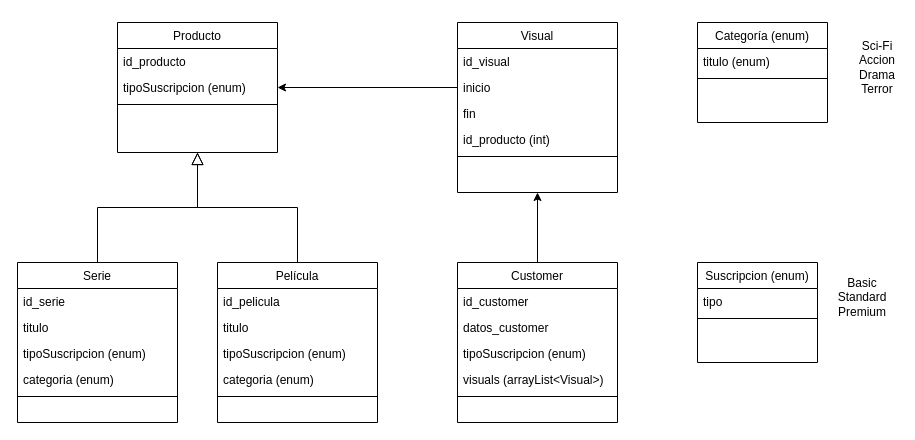
The draw.io diagram 1ev/UML/netflix.drawio in raulmoralesruiz/DWES, before the edit. Source tidied: cells renumbered, new cells numbered last; positions are measured from the earlier drawing's top-left corner, leaving out a move shared by most shapes. Both pictures are drawn from the tidied source at 100%, with x=0, y=0 at pixel (17, 22).
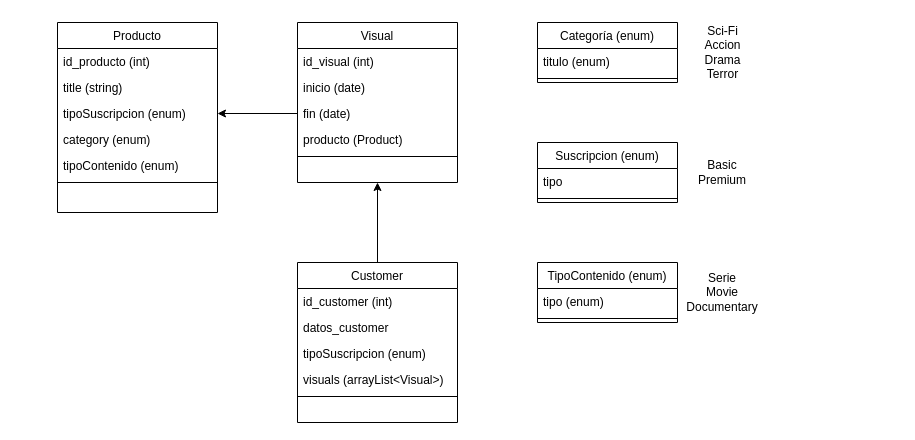
Above is the later version.

The edit, as a diff of the source:
```diff
@@
-    <mxCell id="2" style="endArrow=block;endSize=10;endFill=0;shadow=0;strokeWidth=1;rounded=0;edgeStyle=elbowEdgeStyle;elbow=vertical;" parent="1" edge="1" source="4" target="18">
-      <mxGeometry relative="1" as="geometry" />
-    </mxCell>
-    <mxCell id="3" style="endArrow=block;endSize=10;endFill=0;shadow=0;strokeWidth=1;rounded=0;edgeStyle=elbowEdgeStyle;elbow=vertical;" parent="1" edge="1" source="10" target="18">
-      <mxGeometry relative="1" as="geometry" />
-    </mxCell>
-    <mxCell id="4" value="Serie" style="swimlane;fontStyle=0;align=center;verticalAlign=top;horizontal=1;startSize=26;rounded=0;shadow=0;strokeWidth=1;" parent="1" vertex="1">
-      <mxGeometry y="240" width="160" height="160" as="geometry" />
-    </mxCell>
-    <mxCell id="5" value="id_serie" style="text;align=left;verticalAlign=top;spacingLeft=4;spacingRight=4;overflow=hidden;" parent="4" vertex="1">
-      <mxGeometry y="26" width="160" height="26" as="geometry" />
-    </mxCell>
-    <mxCell id="6" value="titulo" style="text;align=left;verticalAlign=top;spacingLeft=4;spacingRight=4;overflow=hidden;rounded=0;shadow=0;html=0;" parent="4" vertex="1">
-      <mxGeometry y="52" width="160" height="26" as="geometry" />
-    </mxCell>
-    <mxCell id="7" value="tipoSuscripcion (enum)" style="text;align=left;verticalAlign=top;spacingLeft=4;spacingRight=4;overflow=hidden;rounded=0;shadow=0;html=0;" parent="4" vertex="1">
-      <mxGeometry y="78" width="160" height="26" as="geometry" />
-    </mxCell>
-    <mxCell id="8" value="categoria (enum)" style="text;align=left;verticalAlign=top;spacingLeft=4;spacingRight=4;overflow=hidden;rounded=0;shadow=0;html=0;" parent="4" vertex="1">
-      <mxGeometry y="104" width="160" height="26" as="geometry" />
-    </mxCell>
-    <mxCell id="9" style="line;html=1;strokeWidth=1;align=left;verticalAlign=middle;spacingTop=-1;spacingLeft=3;spacingRight=3;labelPosition=right;" parent="4" vertex="1">
-      <mxGeometry y="130" width="160" height="8" as="geometry" />
-    </mxCell>
-    <mxCell id="10" value="Película" style="swimlane;fontStyle=0;align=center;verticalAlign=top;horizontal=1;startSize=26;rounded=0;shadow=0;strokeWidth=1;" parent="1" vertex="1">
-      <mxGeometry x="200" y="240" width="160" height="160" as="geometry" />
-    </mxCell>
-    <mxCell id="11" value="id_pelicula" style="text;align=left;verticalAlign=top;spacingLeft=4;spacingRight=4;overflow=hidden;" parent="10" vertex="1">
-      <mxGeometry y="26" width="160" height="26" as="geometry" />
-    </mxCell>
-    <mxCell id="12" value="titulo" style="text;align=left;verticalAlign=top;spacingLeft=4;spacingRight=4;overflow=hidden;rounded=0;shadow=0;html=0;" parent="10" vertex="1">
-      <mxGeometry y="52" width="160" height="26" as="geometry" />
-    </mxCell>
-    <mxCell id="13" value="tipoSuscripcion (enum)" style="text;align=left;verticalAlign=top;spacingLeft=4;spacingRight=4;overflow=hidden;rounded=0;shadow=0;html=0;" parent="10" vertex="1">
-      <mxGeometry y="78" width="160" height="26" as="geometry" />
-    </mxCell>
-    <mxCell id="14" value="categoria (enum)" style="text;align=left;verticalAlign=top;spacingLeft=4;spacingRight=4;overflow=hidden;rounded=0;shadow=0;html=0;" parent="10" vertex="1">
-      <mxGeometry y="104" width="160" height="26" as="geometry" />
-    </mxCell>
-    <mxCell id="15" style="line;html=1;strokeWidth=1;align=left;verticalAlign=middle;spacingTop=-1;spacingLeft=3;spacingRight=3;labelPosition=right;" parent="10" vertex="1">
-      <mxGeometry y="130" width="160" height="8" as="geometry" />
-    </mxCell>
@@
     <mxCell id="17" value="&lt;div&gt;Sci-Fi&lt;/div&gt;&lt;div&gt;Accion&lt;/div&gt;&lt;div&gt;Drama&lt;/div&gt;&lt;div&gt;Terror&lt;br&gt;&lt;/div&gt;" style="text;html=1;strokeColor=none;fillColor=none;align=center;verticalAlign=middle;whiteSpace=wrap;rounded=0;" parent="1" vertex="1">
-      <mxGeometry x="840" y="10" width="40" height="70" as="geometry" />
+      <mxGeometry x="677.5" y="-5" width="55" height="70" as="geometry" />
     </mxCell>
+    <mxCell id="22" value="&lt;div&gt;Basic&lt;/div&gt;&lt;div&gt;Premium&lt;/div&gt;" style="text;html=1;strokeColor=none;fillColor=none;align=center;verticalAlign=middle;whiteSpace=wrap;rounded=0;" parent="1" vertex="1">
+      <mxGeometry x="670" y="130" width="70" height="40" as="geometry" />
+    </mxCell>
+    <mxCell id="23" style="edgeStyle=orthogonalEdgeStyle;rounded=0;jettySize=auto;html=1;entryX=1;entryY=0.5;entryDx=0;entryDy=0;exitX=0;exitY=0.5;exitDx=0;exitDy=0;" parent="1" edge="1" source="36" target="20">
+      <mxGeometry relative="1" as="geometry" />
+    </mxCell>
     <mxCell id="18" value="Producto" style="swimlane;fontStyle=0;align=center;verticalAlign=top;horizontal=1;startSize=26;rounded=0;shadow=0;strokeWidth=1;" parent="1" vertex="1">
-      <mxGeometry x="100" width="160" height="130" as="geometry" />
+      <mxGeometry x="40" width="160" height="190" as="geometry" />
     </mxCell>
-    <mxCell id="19" value="id_producto" style="text;align=left;verticalAlign=top;spacingLeft=4;spacingRight=4;overflow=hidden;" parent="18" vertex="1">
+    <mxCell id="19" value="id_producto (int)" style="text;align=left;verticalAlign=top;spacingLeft=4;spacingRight=4;overflow=hidden;" parent="18" vertex="1">
       <mxGeometry y="26" width="160" height="26" as="geometry" />
     </mxCell>
+    <mxCell id="42" value="title (string)" style="text;align=left;verticalAlign=top;spacingLeft=4;spacingRight=4;overflow=hidden;" parent="18" vertex="1">
+      <mxGeometry y="52" width="160" height="26" as="geometry" />
+    </mxCell>
     <mxCell id="20" value="tipoSuscripcion (enum)" style="text;align=left;verticalAlign=top;spacingLeft=4;spacingRight=4;overflow=hidden;points=[[0,0.5],[1,0.5]];portConstraint=eastwest;" parent="18" vertex="1">
-      <mxGeometry y="52" width="160" height="26" as="geometry" />
+      <mxGeometry y="78" width="160" height="26" as="geometry" />
     </mxCell>
+    <mxCell id="43" value="category (enum)" style="text;align=left;verticalAlign=top;spacingLeft=4;spacingRight=4;overflow=hidden;" parent="18" vertex="1">
+      <mxGeometry y="104" width="160" height="26" as="geometry" />
+    </mxCell>
+    <mxCell id="44" value="tipoContenido (enum)" style="text;align=left;verticalAlign=top;spacingLeft=4;spacingRight=4;overflow=hidden;" parent="18" vertex="1">
+      <mxGeometry y="130" width="160" height="26" as="geometry" />
+    </mxCell>
     <mxCell id="21" style="line;html=1;strokeWidth=1;align=left;verticalAlign=middle;spacingTop=-1;spacingLeft=3;spacingRight=3;labelPosition=right;" parent="18" vertex="1">
-      <mxGeometry y="78" width="160" height="8" as="geometry" />
+      <mxGeometry y="156" width="160" height="8" as="geometry" />
     </mxCell>
-    <mxCell id="22" value="&lt;div&gt;Basic&lt;/div&gt;&lt;div&gt;Standard&lt;/div&gt;&lt;div&gt;Premium&lt;/div&gt;" style="text;html=1;strokeColor=none;fillColor=none;align=center;verticalAlign=middle;whiteSpace=wrap;rounded=0;" parent="1" vertex="1">
-      <mxGeometry x="810" y="240" width="70" height="70" as="geometry" />
-    </mxCell>
-    <mxCell id="23" style="edgeStyle=orthogonalEdgeStyle;rounded=0;jettySize=auto;html=1;entryX=1;entryY=0.5;entryDx=0;entryDy=0;exitX=0;exitY=0.5;exitDx=0;exitDy=0;" parent="1" edge="1" source="35" target="20">
-      <mxGeometry relative="1" as="geometry" />
-    </mxCell>
-    <mxCell id="24" value="Suscripcion (enum)" style="swimlane;fontStyle=0;align=center;verticalAlign=top;horizontal=1;startSize=26;rounded=0;shadow=0;strokeWidth=1;" parent="1" vertex="1">
-      <mxGeometry x="680" y="240" width="120" height="100" as="geometry" />
-    </mxCell>
-    <mxCell id="25" value="tipo" style="text;align=left;verticalAlign=top;spacingLeft=4;spacingRight=4;overflow=hidden;" parent="24" vertex="1">
-      <mxGeometry y="26" width="120" height="26" as="geometry" />
-    </mxCell>
-    <mxCell id="26" style="line;html=1;strokeWidth=1;align=left;verticalAlign=middle;spacingTop=-1;spacingLeft=3;spacingRight=3;labelPosition=right;" parent="24" vertex="1">
-      <mxGeometry y="52" width="120" height="8" as="geometry" />
-    </mxCell>
+    <mxCell id="33" value="Visual" style="swimlane;fontStyle=0;align=center;verticalAlign=top;horizontal=1;startSize=26;rounded=0;shadow=0;strokeWidth=1;" parent="1" vertex="1">
+      <mxGeometry x="280" width="160" height="160" as="geometry" />
+    </mxCell>
+    <mxCell id="34" value="id_visual (int)" style="text;align=left;verticalAlign=top;spacingLeft=4;spacingRight=4;overflow=hidden;" parent="33" vertex="1">
+      <mxGeometry y="26" width="160" height="26" as="geometry" />
+    </mxCell>
+    <mxCell id="35" value="inicio (date)" style="text;align=left;verticalAlign=top;spacingLeft=4;spacingRight=4;overflow=hidden;points=[[0,0.5],[1,0.5]];portConstraint=eastwest;" parent="33" vertex="1">
+      <mxGeometry y="52" width="160" height="26" as="geometry" />
+    </mxCell>
+    <mxCell id="36" value="fin (date)" style="text;align=left;verticalAlign=top;spacingLeft=4;spacingRight=4;overflow=hidden;points=[[0,0.5],[1,0.5]];portConstraint=eastwest;" parent="33" vertex="1">
+      <mxGeometry y="78" width="160" height="26" as="geometry" />
+    </mxCell>
+    <mxCell id="37" value="producto (Product)" style="text;align=left;verticalAlign=top;spacingLeft=4;spacingRight=4;overflow=hidden;" parent="33" vertex="1">
+      <mxGeometry y="104" width="160" height="26" as="geometry" />
+    </mxCell>
+    <mxCell id="38" style="line;html=1;strokeWidth=1;align=left;verticalAlign=middle;spacingTop=-1;spacingLeft=3;spacingRight=3;labelPosition=right;" parent="33" vertex="1">
+      <mxGeometry y="130" width="160" height="8" as="geometry" />
+    </mxCell>
     <mxCell id="27" value="Customer" style="swimlane;fontStyle=0;align=center;verticalAlign=top;horizontal=1;startSize=26;rounded=0;shadow=0;strokeWidth=1;" parent="1" vertex="1">
-      <mxGeometry x="440" y="240" width="160" height="160" as="geometry" />
+      <mxGeometry x="280" y="240" width="160" height="160" as="geometry" />
     </mxCell>
-    <mxCell id="28" value="id_customer" style="text;align=left;verticalAlign=top;spacingLeft=4;spacingRight=4;overflow=hidden;" parent="27" vertex="1">
+    <mxCell id="28" value="id_customer (int)" style="text;align=left;verticalAlign=top;spacingLeft=4;spacingRight=4;overflow=hidden;" parent="27" vertex="1">
       <mxGeometry y="26" width="160" height="26" as="geometry" />
     </mxCell>
@@
-    <mxCell id="33" value="Visual" style="swimlane;fontStyle=0;align=center;verticalAlign=top;horizontal=1;startSize=26;rounded=0;shadow=0;strokeWidth=1;" parent="1" vertex="1">
-      <mxGeometry x="440" width="160" height="170" as="geometry" />
-    </mxCell>
-    <mxCell id="34" value="id_visual" style="text;align=left;verticalAlign=top;spacingLeft=4;spacingRight=4;overflow=hidden;" parent="33" vertex="1">
-      <mxGeometry y="26" width="160" height="26" as="geometry" />
-    </mxCell>
-    <mxCell id="35" value="inicio" style="text;align=left;verticalAlign=top;spacingLeft=4;spacingRight=4;overflow=hidden;points=[[0,0.5],[1,0.5]];portConstraint=eastwest;" parent="33" vertex="1">
-      <mxGeometry y="52" width="160" height="26" as="geometry" />
-    </mxCell>
-    <mxCell id="36" value="fin" style="text;align=left;verticalAlign=top;spacingLeft=4;spacingRight=4;overflow=hidden;points=[[0,0.5],[1,0.5]];portConstraint=eastwest;" parent="33" vertex="1">
-      <mxGeometry y="78" width="160" height="26" as="geometry" />
-    </mxCell>
-    <mxCell id="37" value="id_producto (int)" style="text;align=left;verticalAlign=top;spacingLeft=4;spacingRight=4;overflow=hidden;" parent="33" vertex="1">
-      <mxGeometry y="104" width="160" height="26" as="geometry" />
-    </mxCell>
-    <mxCell id="38" style="line;html=1;strokeWidth=1;align=left;verticalAlign=middle;spacingTop=-1;spacingLeft=3;spacingRight=3;labelPosition=right;" parent="33" vertex="1">
-      <mxGeometry y="130" width="160" height="8" as="geometry" />
-    </mxCell>
+    <mxCell id="45" value="&lt;div&gt;Serie&lt;/div&gt;&lt;div&gt;Movie&lt;/div&gt;&lt;div&gt;Documentary&lt;/div&gt;" style="text;html=1;strokeColor=none;fillColor=none;align=center;verticalAlign=middle;whiteSpace=wrap;rounded=0;" parent="1" vertex="1">
+      <mxGeometry x="665" y="235" width="80" height="70" as="geometry" />
+    </mxCell>
     <mxCell id="39" value="Categoría (enum)" style="swimlane;fontStyle=0;align=center;verticalAlign=top;horizontal=1;startSize=26;rounded=0;shadow=0;strokeWidth=1;" parent="1" vertex="1">
-      <mxGeometry x="680" width="130" height="100" as="geometry" />
+      <mxGeometry x="520" width="140" height="60" as="geometry" />
     </mxCell>
     <mxCell id="40" value="titulo (enum)" style="text;align=left;verticalAlign=top;spacingLeft=4;spacingRight=4;overflow=hidden;" parent="39" vertex="1">
-      <mxGeometry y="26" width="130" height="26" as="geometry" />
+      <mxGeometry y="26" width="140" height="26" as="geometry" />
     </mxCell>
     <mxCell id="41" style="line;html=1;strokeWidth=1;align=left;verticalAlign=middle;spacingTop=-1;spacingLeft=3;spacingRight=3;labelPosition=right;" parent="39" vertex="1">
-      <mxGeometry y="52" width="130" height="8" as="geometry" />
+      <mxGeometry y="52" width="140" height="8" as="geometry" />
     </mxCell>
+    <mxCell id="24" value="Suscripcion (enum)" style="swimlane;fontStyle=0;align=center;verticalAlign=top;horizontal=1;startSize=26;rounded=0;shadow=0;strokeWidth=1;" parent="1" vertex="1">
+      <mxGeometry x="520" y="120" width="140" height="60" as="geometry" />
+    </mxCell>
+    <mxCell id="25" value="tipo" style="text;align=left;verticalAlign=top;spacingLeft=4;spacingRight=4;overflow=hidden;" parent="24" vertex="1">
+      <mxGeometry y="26" width="140" height="26" as="geometry" />
+    </mxCell>
+    <mxCell id="26" style="line;html=1;strokeWidth=1;align=left;verticalAlign=middle;spacingTop=-1;spacingLeft=3;spacingRight=3;labelPosition=right;" parent="24" vertex="1">
+      <mxGeometry y="52" width="140" height="8" as="geometry" />
+    </mxCell>
+    <mxCell id="46" value="TipoContenido (enum)" style="swimlane;fontStyle=0;align=center;verticalAlign=top;horizontal=1;startSize=26;rounded=0;shadow=0;strokeWidth=1;" parent="1" vertex="1">
+      <mxGeometry x="520" y="240" width="140" height="60" as="geometry" />
+    </mxCell>
+    <mxCell id="47" value="tipo (enum)" style="text;align=left;verticalAlign=top;spacingLeft=4;spacingRight=4;overflow=hidden;" parent="46" vertex="1">
+      <mxGeometry y="26" width="140" height="26" as="geometry" />
+    </mxCell>
+    <mxCell id="48" style="line;html=1;strokeWidth=1;align=left;verticalAlign=middle;spacingTop=-1;spacingLeft=3;spacingRight=3;labelPosition=right;" parent="46" vertex="1">
+      <mxGeometry y="52" width="140" height="8" as="geometry" />
+    </mxCell>
```
